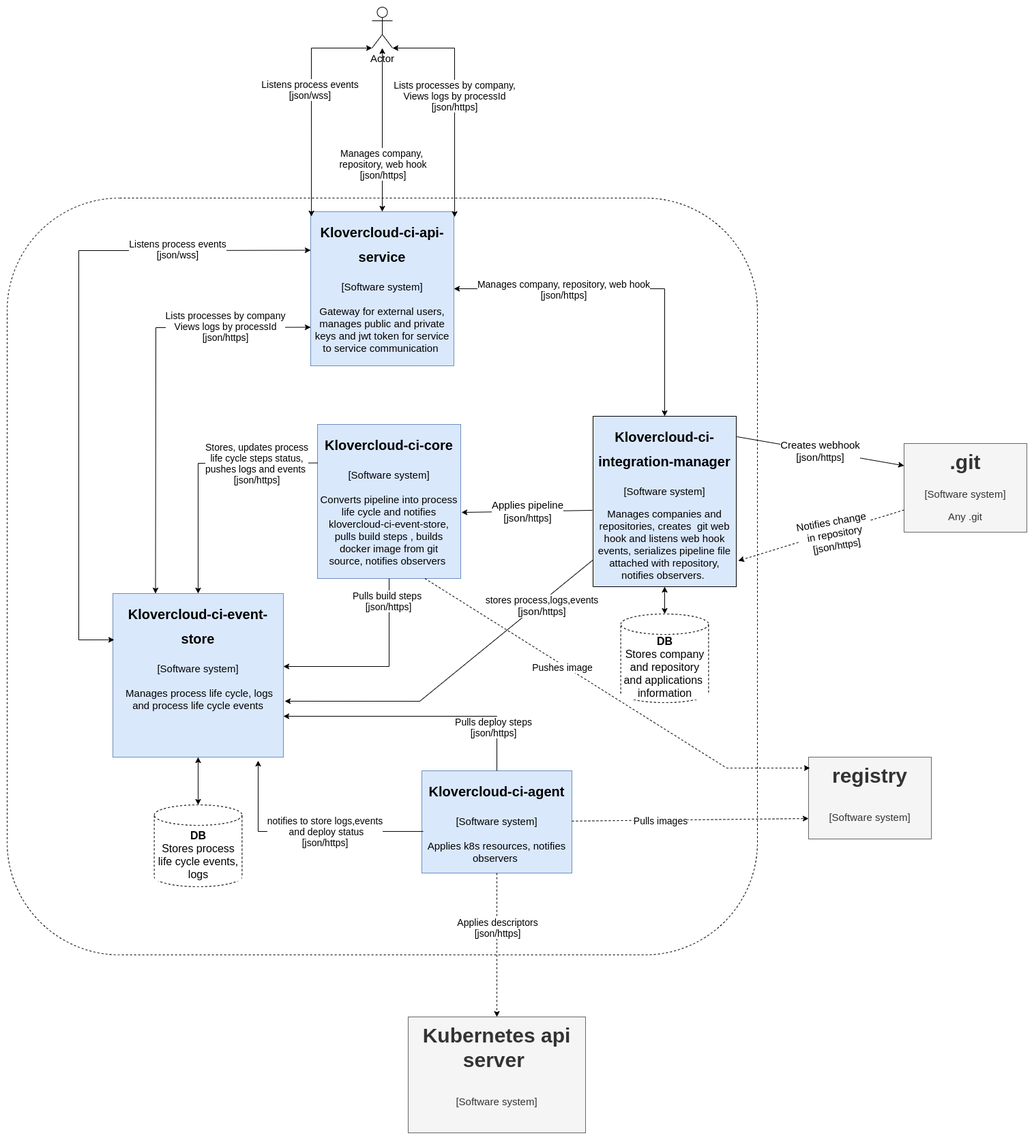
klovercloud-ci-cd/architecture keeps this draw.io diagram as files/container.png. Above is the earlier version. Source tidied: cells renumbered, new cells last; positions are measured from the earlier drawing's top-left corner, leaving out a move shared by most shapes.
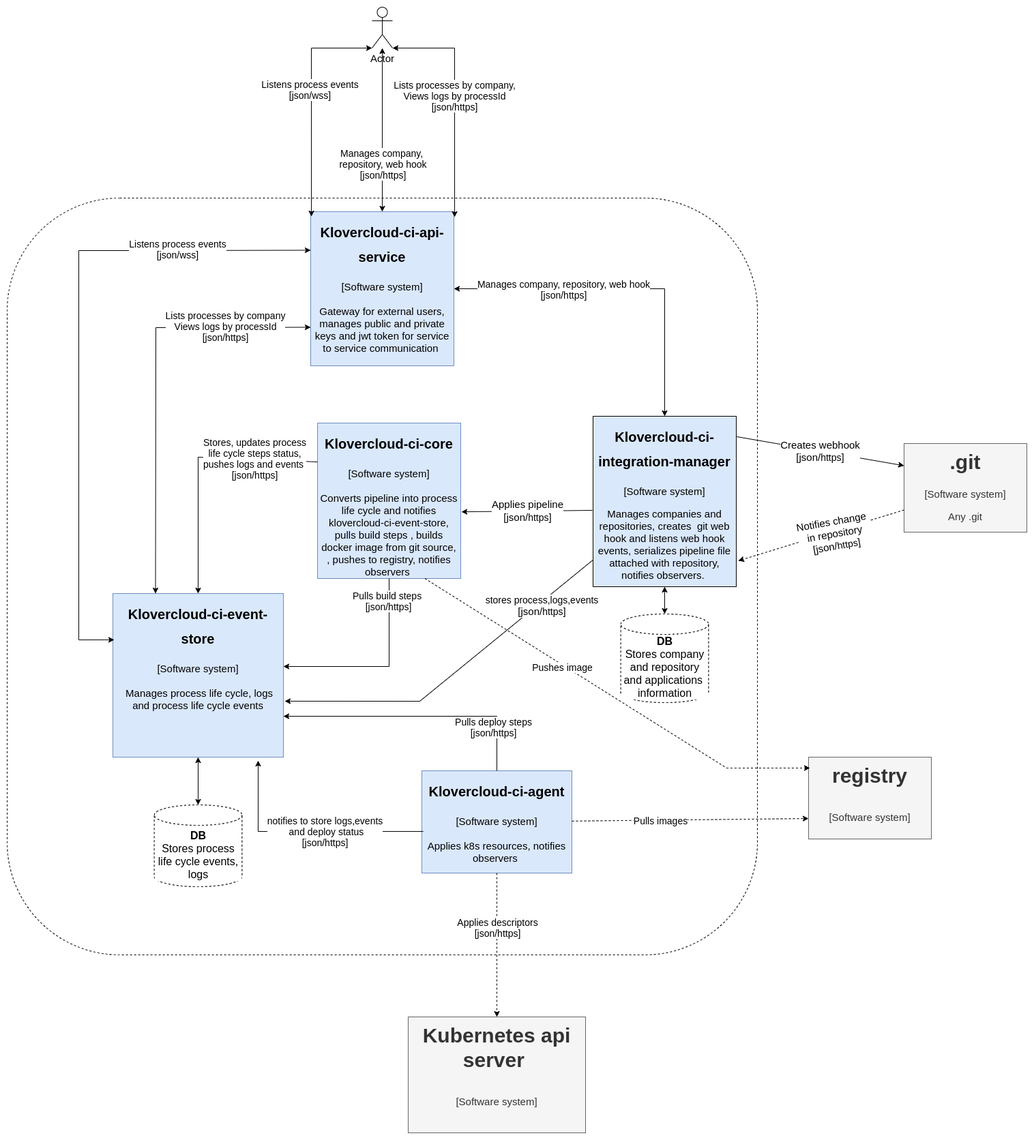
After the change.

What changed in the source:
```diff
@@ -28,8 +28,8 @@
     <mxCell id="9" style="endArrow=classic;startArrow=classic;html=1;rounded=0;labelBackgroundColor=default;fontSize=10;fontColor=default;strokeColor=default;entryX=0.5;entryY=1;entryDx=0;entryDy=0;" parent="1" edge="1" source="8" target="4">
       <mxGeometry relative="1" as="geometry" />
     </mxCell>
-    <mxCell id="10" value="&lt;h1&gt;&lt;font style=&quot;font-size: 20px&quot;&gt;Klovercloud-ci-core&lt;/font&gt;&lt;/h1&gt;&lt;div&gt;[Software system]&lt;/div&gt;&lt;div&gt;&lt;br&gt;&lt;/div&gt;Converts pipeline into process life cycle and notifies klovercloud-ci-event-store, pulls build steps , builds docker image from git source,&lt;b&gt;&amp;nbsp;&lt;/b&gt;notifies observers&lt;span&gt;&amp;nbsp;&lt;/span&gt;" style="text;html=1;strokeColor=#6c8ebf;fillColor=#dae8fc;spacing=5;spacingTop=-20;whiteSpace=wrap;overflow=hidden;rounded=0;fontSize=15;align=center;fontColor=default;" parent="1" vertex="1">
-      <mxGeometry x="455" y="612" width="210" height="226" as="geometry" />
+    <mxCell id="10" value="&lt;h1&gt;&lt;font style=&quot;font-size: 20px&quot;&gt;Klovercloud-ci-core&lt;/font&gt;&lt;/h1&gt;&lt;div&gt;[Software system]&lt;/div&gt;&lt;div&gt;&lt;br&gt;&lt;/div&gt;Converts pipeline into process life cycle and notifies klovercloud-ci-event-store, pulls build steps , builds docker image from git source, , pushes to registry,&lt;b&gt;&amp;nbsp;&lt;/b&gt;notifies observers&lt;span&gt;&amp;nbsp;&lt;/span&gt;" style="text;html=1;strokeColor=#6c8ebf;fillColor=#dae8fc;spacing=5;spacingTop=-20;whiteSpace=wrap;overflow=hidden;rounded=0;fontSize=15;align=center;fontColor=default;" parent="1" vertex="1">
+      <mxGeometry x="455" y="610" width="210" height="228" as="geometry" />
     </mxCell>
     <mxCell id="11" style="endArrow=classic;html=1;rounded=0;labelBackgroundColor=default;fontSize=16;fontColor=default;strokeColor=default;exitX=-0.005;exitY=0.552;exitDx=0;exitDy=0;exitPerimeter=0;entryX=1.005;entryY=0.571;entryDx=0;entryDy=0;entryPerimeter=0;" parent="1" edge="1" source="4" target="10">
       <mxGeometry relative="1" as="geometry" />
@@ -51,7 +51,7 @@
     <mxCell id="16" style="endArrow=classic;html=1;rounded=0;labelBackgroundColor=default;fontSize=14;fontColor=default;strokeColor=default;fillColor=default;exitX=0;exitY=0.25;exitDx=0;exitDy=0;entryX=0.5;entryY=0;entryDx=0;entryDy=0;" parent="1" edge="1" source="10" target="13">
       <mxGeometry relative="1" as="geometry">
         <Array as="points">
-          <mxPoint x="280" y="669" />
+          <mxPoint x="280" y="660" />
         </Array>
       </mxGeometry>
     </mxCell>
```
